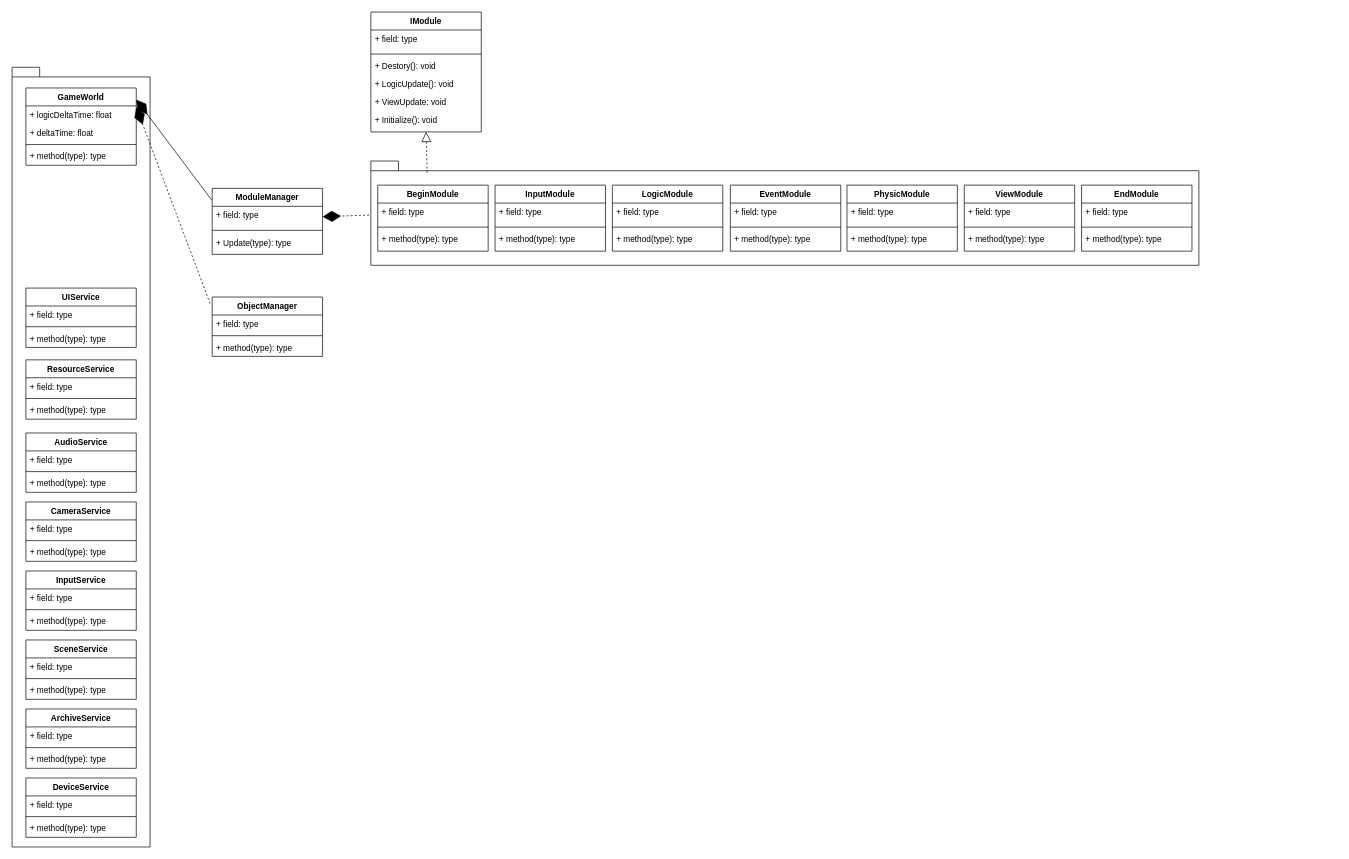
Before: Docs/设计.drawio in PxGame/ActionGameTemplate, a draw.io diagram. Source tidied: cells renumbered, new cells numbered last; positions are measured from the earlier drawing's top-left corner, leaving out a move shared by most shapes. Both pictures are drawn from the tidied source at 69%, with x=0, y=0 at pixel (12, 12).
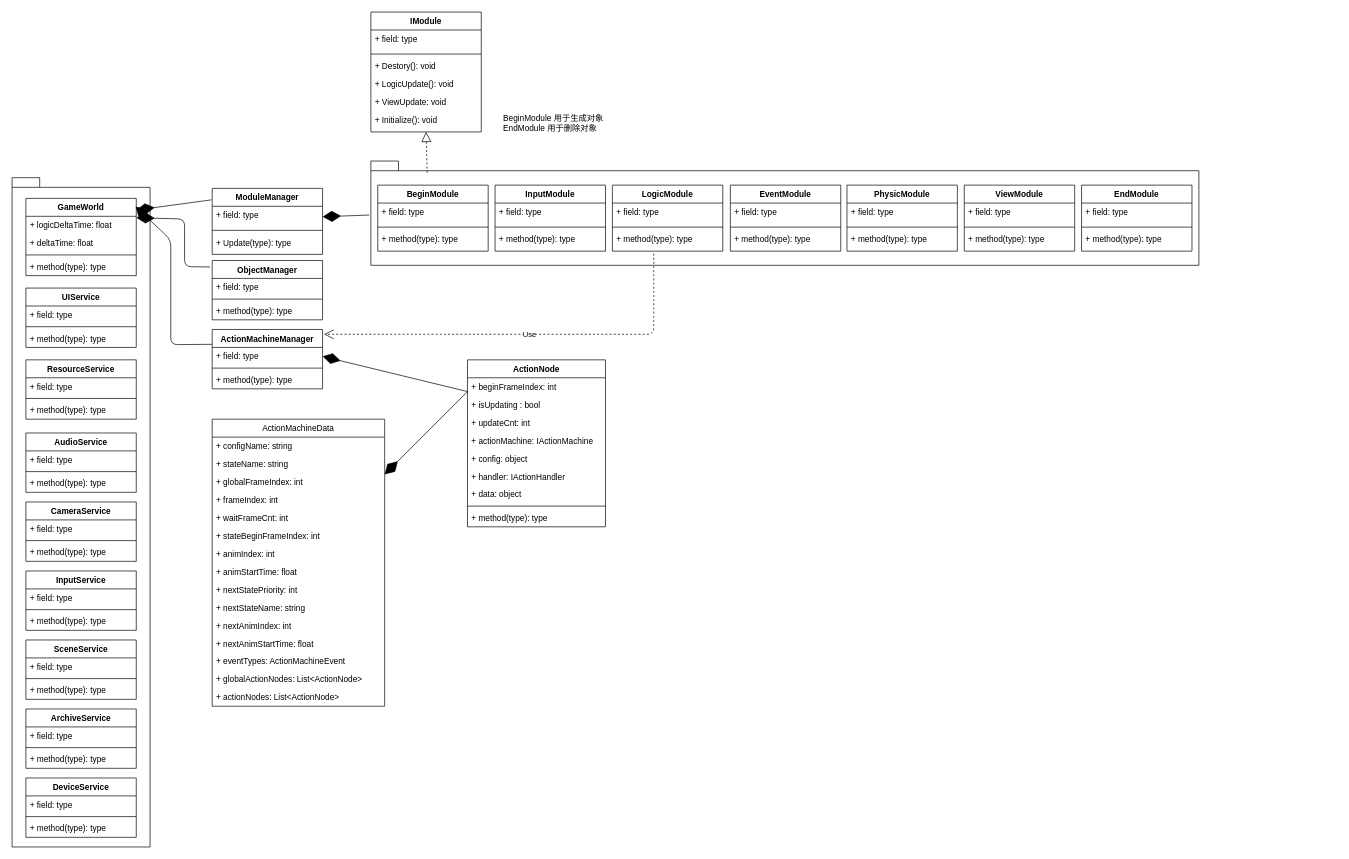
Above is the later version.

The change refers to these unchanged cells:
```xml
<mxCell id="43" value="+ field: type" style="text;strokeColor=none;fillColor=none;align=left;verticalAlign=top;spacingLeft=4;spacingRight=4;overflow=hidden;points=[[0,0.5],[1,0.5]];portConstraint=eastwest;" parent="42" vertex="1">
  <mxGeometry y="26" width="160" height="30.2" as="geometry" />
</mxCell>
<mxCell id="47" style="shape=folder;fontStyle=1;spacingTop=10;tabWidth=40;tabHeight=14;tabPosition=left;html=1;" parent="46" vertex="1">
  <mxGeometry y="135.9" width="1200" height="151.1" as="geometry" />
</mxCell>
<mxCell id="48" value="LogicModule" style="swimlane;fontStyle=1;align=center;verticalAlign=top;horizontal=1;startSize=26;" parent="46" vertex="1">
  <mxGeometry x="350" y="170.8" width="160" height="95.7" as="geometry" />
</mxCell>
```

Diff of the diagram source:
```diff
@@
     <mxCell id="2" style="shape=folder;fontStyle=1;spacingTop=10;tabWidth=40;tabHeight=14;tabPosition=left;html=1;" parent="1" vertex="1">
-      <mxGeometry y="80" width="200" height="1130" as="geometry" />
+      <mxGeometry y="240" width="200" height="970" as="geometry" />
     </mxCell>
     <mxCell id="3" value="GameWorld" style="swimlane;fontStyle=1;align=center;verticalAlign=top;horizontal=1;startSize=26;" parent="1" vertex="1">
-      <mxGeometry x="20" y="110" width="160" height="112" as="geometry" />
+      <mxGeometry x="20" y="270" width="160" height="112" as="geometry" />
     </mxCell>
@@
+    <mxCell id="77" value="ObjectManager" style="swimlane;fontStyle=1;align=center;verticalAlign=top;horizontal=1;startSize=26;" parent="1" vertex="1">
+      <mxGeometry x="290" y="360" width="160" height="86" as="geometry" />
+    </mxCell>
+    <mxCell id="78" value="+ field: type" style="text;strokeColor=none;fillColor=none;align=left;verticalAlign=top;spacingLeft=4;spacingRight=4;overflow=hidden;" parent="77" vertex="1">
+      <mxGeometry y="26" width="160" height="26" as="geometry" />
+    </mxCell>
+    <mxCell id="79" style="line;strokeWidth=1;fillColor=none;align=left;verticalAlign=middle;spacingTop=-1;spacingLeft=3;spacingRight=3;labelPosition=right;" parent="77" vertex="1">
+      <mxGeometry y="52" width="160" height="8" as="geometry" />
+    </mxCell>
+    <mxCell id="80" value="+ method(type): type" style="text;strokeColor=none;fillColor=none;align=left;verticalAlign=top;spacingLeft=4;spacingRight=4;overflow=hidden;" parent="77" vertex="1">
+      <mxGeometry y="60" width="160" height="26" as="geometry" />
+    </mxCell>
+    <mxCell id="81" style="endArrow=diamondThin;endFill=1;endSize=24;html=1;exitX=-0.019;exitY=0.109;exitDx=0;exitDy=0;exitPerimeter=0;entryX=1;entryY=0.25;entryDx=0;entryDy=0;" parent="1" edge="1" source="77" target="3">
+      <mxGeometry relative="1" as="geometry">
+        <Array as="points">
+          <mxPoint x="250" y="369" />
+          <mxPoint x="250" y="300" />
+        </Array>
+      </mxGeometry>
+    </mxCell>
+    <mxCell id="90" style="group;" parent="1" vertex="1">
+      <mxGeometry x="290" width="1630" height="367" as="geometry" />
+    </mxCell>
-    <mxCell id="41" style="group;" parent="1" vertex="1">
-      <mxGeometry x="290" y="80" width="1430" height="287" as="geometry" />
+    <mxCell id="41" style="group;" parent="90" vertex="1">
+      <mxGeometry y="80" width="1630" height="287" as="geometry" />
     </mxCell>
@@
     <mxCell id="46" style="group;" parent="41" vertex="1">
-      <mxGeometry x="230" width="1200" height="287" as="geometry" />
+      <mxGeometry x="230" width="1400" height="287" as="geometry" />
     </mxCell>
@@
+    <mxCell id="91" value="Use" style="endArrow=open;endSize=12;dashed=1;html=1;entryX=1.013;entryY=0.081;entryDx=0;entryDy=0;entryPerimeter=0;" parent="48" edge="1" target="93">
+      <mxGeometry relative="1" as="geometry">
+        <mxPoint x="60" y="99.2" as="sourcePoint" />
+        <Array as="points">
+          <mxPoint x="60" y="216.2" />
+        </Array>
+      </mxGeometry>
+    </mxCell>
@@
+    <mxCell id="92" value="BeginModule 用于生成对象&lt;br&gt;EndModule 用于删除对象" style="text;html=1;strokeColor=none;fillColor=none;align=left;verticalAlign=middle;whiteSpace=wrap;rounded=0;" parent="46" vertex="1">
+      <mxGeometry x="190" y="50" width="270" height="61" as="geometry" />
+    </mxCell>
-    <mxCell id="76" style="endArrow=diamondThin;endFill=1;endSize=24;html=1;dashed=1;exitX=-0.002;exitY=0.518;exitDx=0;exitDy=0;exitPerimeter=0;entryX=1;entryY=0.5;entryDx=0;entryDy=0;" parent="41" edge="1" source="47" target="43">
+    <mxCell id="76" style="endArrow=diamondThin;endFill=1;endSize=24;html=1;exitX=-0.002;exitY=0.518;exitDx=0;exitDy=0;exitPerimeter=0;entryX=1;entryY=0.5;entryDx=0;entryDy=0;" parent="41" edge="1" source="47" target="43">
       <mxGeometry relative="1" as="geometry" />
     </mxCell>
-    <mxCell id="77" value="ObjectManager" style="swimlane;fontStyle=1;align=center;verticalAlign=top;horizontal=1;startSize=26;" parent="1" vertex="1">
-      <mxGeometry x="290" y="413" width="160" height="86" as="geometry" />
-    </mxCell>
-    <mxCell id="78" value="+ field: type" style="text;strokeColor=none;fillColor=none;align=left;verticalAlign=top;spacingLeft=4;spacingRight=4;overflow=hidden;" parent="77" vertex="1">
-      <mxGeometry y="26" width="160" height="26" as="geometry" />
-    </mxCell>
-    <mxCell id="79" style="line;strokeWidth=1;fillColor=none;align=left;verticalAlign=middle;spacingTop=-1;spacingLeft=3;spacingRight=3;labelPosition=right;" parent="77" vertex="1">
-      <mxGeometry y="52" width="160" height="8" as="geometry" />
-    </mxCell>
-    <mxCell id="80" value="+ method(type): type" style="text;strokeColor=none;fillColor=none;align=left;verticalAlign=top;spacingLeft=4;spacingRight=4;overflow=hidden;" parent="77" vertex="1">
-      <mxGeometry y="60" width="160" height="26" as="geometry" />
-    </mxCell>
-    <mxCell id="81" style="endArrow=diamondThin;endFill=1;endSize=24;html=1;dashed=1;exitX=-0.019;exitY=0.109;exitDx=0;exitDy=0;exitPerimeter=0;entryX=1;entryY=0.25;entryDx=0;entryDy=0;" parent="1" edge="1" source="77" target="3">
-      <mxGeometry relative="1" as="geometry" />
-    </mxCell>
-    <mxCell id="82" value="IModule" style="swimlane;fontStyle=1;align=center;verticalAlign=top;horizontal=1;startSize=26;" parent="1" vertex="1">
-      <mxGeometry x="520" width="160" height="173.7" as="geometry" />
+    <mxCell id="82" value="IModule" style="swimlane;fontStyle=1;align=center;verticalAlign=top;horizontal=1;startSize=26;" parent="90" vertex="1">
+      <mxGeometry x="230" width="160" height="173.7" as="geometry" />
     </mxCell>
@@
-    <mxCell id="89" style="endArrow=block;dashed=1;endFill=0;endSize=12;html=1;entryX=0.5;entryY=1;entryDx=0;entryDy=0;exitX=0.068;exitY=0.112;exitDx=0;exitDy=0;exitPerimeter=0;" parent="1" edge="1" source="47" target="82">
+    <mxCell id="89" style="endArrow=block;dashed=1;endFill=0;endSize=12;html=1;entryX=0.5;entryY=1;entryDx=0;entryDy=0;exitX=0.068;exitY=0.112;exitDx=0;exitDy=0;exitPerimeter=0;" parent="90" edge="1" source="47" target="82">
       <mxGeometry relative="1" as="geometry" />
     </mxCell>
+    <mxCell id="93" value="ActionMachineManager" style="swimlane;fontStyle=1;align=center;verticalAlign=top;horizontal=1;startSize=26;" parent="1" vertex="1">
+      <mxGeometry x="290" y="460" width="160" height="86" as="geometry" />
+    </mxCell>
+    <mxCell id="94" value="+ field: type" style="text;strokeColor=none;fillColor=none;align=left;verticalAlign=top;spacingLeft=4;spacingRight=4;overflow=hidden;points=[[0,0.5],[1,0.5]];portConstraint=eastwest;" parent="93" vertex="1">
+      <mxGeometry y="26" width="160" height="26" as="geometry" />
+    </mxCell>
+    <mxCell id="95" style="line;strokeWidth=1;fillColor=none;align=left;verticalAlign=middle;spacingTop=-1;spacingLeft=3;spacingRight=3;labelPosition=right;" parent="93" vertex="1">
+      <mxGeometry y="52" width="160" height="8" as="geometry" />
+    </mxCell>
+    <mxCell id="96" value="+ method(type): type" style="text;strokeColor=none;fillColor=none;align=left;verticalAlign=top;spacingLeft=4;spacingRight=4;overflow=hidden;" parent="93" vertex="1">
+      <mxGeometry y="60" width="160" height="26" as="geometry" />
+    </mxCell>
+    <mxCell id="97" style="endArrow=diamondThin;endFill=1;endSize=24;html=1;entryX=0.994;entryY=0.107;entryDx=0;entryDy=0;entryPerimeter=0;exitX=0;exitY=0.25;exitDx=0;exitDy=0;" parent="1" edge="1" source="93" target="3">
+      <mxGeometry relative="1" as="geometry">
+        <Array as="points">
+          <mxPoint x="230" y="482" />
+          <mxPoint x="230" y="330" />
+        </Array>
+      </mxGeometry>
+    </mxCell>
+    <mxCell id="98" value="ActionNode" style="swimlane;fontStyle=1;align=center;verticalAlign=top;horizontal=1;startSize=26;" parent="1" vertex="1">
+      <mxGeometry x="660" y="504" width="200" height="242" as="geometry" />
+    </mxCell>
+    <mxCell id="99" value="+ beginFrameIndex: int" style="text;strokeColor=none;fillColor=none;align=left;verticalAlign=top;spacingLeft=4;spacingRight=4;overflow=hidden;" parent="98" vertex="1">
+      <mxGeometry y="26" width="200" height="26" as="geometry" />
+    </mxCell>
+    <mxCell id="100" style="endArrow=diamondThin;endFill=1;endSize=24;html=1;entryX=1;entryY=0.5;entryDx=0;entryDy=0;" parent="98" edge="1" target="94">
+      <mxGeometry relative="1" as="geometry">
+        <mxPoint y="46" as="sourcePoint" />
+      </mxGeometry>
+    </mxCell>
+    <mxCell id="101" value="+ isUpdating : bool" style="text;strokeColor=none;fillColor=none;align=left;verticalAlign=top;spacingLeft=4;spacingRight=4;overflow=hidden;" parent="98" vertex="1">
+      <mxGeometry y="52" width="200" height="26" as="geometry" />
+    </mxCell>
+    <mxCell id="102" value="+ updateCnt: int" style="text;strokeColor=none;fillColor=none;align=left;verticalAlign=top;spacingLeft=4;spacingRight=4;overflow=hidden;" parent="98" vertex="1">
+      <mxGeometry y="78" width="200" height="26" as="geometry" />
+    </mxCell>
+    <mxCell id="103" value="+ actionMachine: IActionMachine" style="text;strokeColor=none;fillColor=none;align=left;verticalAlign=top;spacingLeft=4;spacingRight=4;overflow=hidden;" parent="98" vertex="1">
+      <mxGeometry y="104" width="200" height="26" as="geometry" />
+    </mxCell>
+    <mxCell id="104" value="+ config: object" style="text;strokeColor=none;fillColor=none;align=left;verticalAlign=top;spacingLeft=4;spacingRight=4;overflow=hidden;" parent="98" vertex="1">
+      <mxGeometry y="130" width="200" height="26" as="geometry" />
+    </mxCell>
+    <mxCell id="105" value="+ handler: IActionHandler" style="text;strokeColor=none;fillColor=none;align=left;verticalAlign=top;spacingLeft=4;spacingRight=4;overflow=hidden;" parent="98" vertex="1">
+      <mxGeometry y="156" width="200" height="26" as="geometry" />
+    </mxCell>
+    <mxCell id="106" value="+ data: object" style="text;strokeColor=none;fillColor=none;align=left;verticalAlign=top;spacingLeft=4;spacingRight=4;overflow=hidden;" parent="98" vertex="1">
+      <mxGeometry y="182" width="200" height="26" as="geometry" />
+    </mxCell>
+    <mxCell id="107" style="line;strokeWidth=1;fillColor=none;align=left;verticalAlign=middle;spacingTop=-1;spacingLeft=3;spacingRight=3;labelPosition=right;" parent="98" vertex="1">
+      <mxGeometry y="208" width="200" height="8" as="geometry" />
+    </mxCell>
+    <mxCell id="108" value="+ method(type): type" style="text;strokeColor=none;fillColor=none;align=left;verticalAlign=top;spacingLeft=4;spacingRight=4;overflow=hidden;" parent="98" vertex="1">
+      <mxGeometry y="216" width="200" height="26" as="geometry" />
+    </mxCell>
+    <mxCell id="109" value="ActionMachineData" style="swimlane;fontStyle=0;horizontal=1;startSize=26;fillColor=none;" parent="1" vertex="1">
+      <mxGeometry x="290" y="590" width="250" height="416" as="geometry" />
+    </mxCell>
+    <mxCell id="110" value="+ configName: string" style="text;strokeColor=none;fillColor=none;align=left;verticalAlign=top;spacingLeft=4;spacingRight=4;overflow=hidden;" parent="109" vertex="1">
+      <mxGeometry y="26" width="250" height="26" as="geometry" />
+    </mxCell>
+    <mxCell id="111" value="+ stateName: string" style="text;strokeColor=none;fillColor=none;align=left;verticalAlign=top;spacingLeft=4;spacingRight=4;overflow=hidden;" parent="109" vertex="1">
+      <mxGeometry y="52" width="250" height="26" as="geometry" />
+    </mxCell>
+    <mxCell id="112" value="+ globalFrameIndex: int" style="text;strokeColor=none;fillColor=none;align=left;verticalAlign=top;spacingLeft=4;spacingRight=4;overflow=hidden;" parent="109" vertex="1">
+      <mxGeometry y="78" width="250" height="26" as="geometry" />
+    </mxCell>
+    <mxCell id="113" value="+ frameIndex: int" style="text;strokeColor=none;fillColor=none;align=left;verticalAlign=top;spacingLeft=4;spacingRight=4;overflow=hidden;" parent="109" vertex="1">
+      <mxGeometry y="104" width="250" height="26" as="geometry" />
+    </mxCell>
+    <mxCell id="114" value="+ waitFrameCnt: int" style="text;strokeColor=none;fillColor=none;align=left;verticalAlign=top;spacingLeft=4;spacingRight=4;overflow=hidden;" parent="109" vertex="1">
+      <mxGeometry y="130" width="250" height="26" as="geometry" />
+    </mxCell>
+    <mxCell id="115" value="+ stateBeginFrameIndex: int" style="text;strokeColor=none;fillColor=none;align=left;verticalAlign=top;spacingLeft=4;spacingRight=4;overflow=hidden;" parent="109" vertex="1">
+      <mxGeometry y="156" width="250" height="26" as="geometry" />
+    </mxCell>
+    <mxCell id="116" value="+ animIndex: int" style="text;strokeColor=none;fillColor=none;align=left;verticalAlign=top;spacingLeft=4;spacingRight=4;overflow=hidden;" parent="109" vertex="1">
+      <mxGeometry y="182" width="250" height="26" as="geometry" />
+    </mxCell>
+    <mxCell id="117" value="+ animStartTime: float" style="text;strokeColor=none;fillColor=none;align=left;verticalAlign=top;spacingLeft=4;spacingRight=4;overflow=hidden;" parent="109" vertex="1">
+      <mxGeometry y="208" width="250" height="26" as="geometry" />
+    </mxCell>
+    <mxCell id="118" value="+ nextStatePriority: int" style="text;strokeColor=none;fillColor=none;align=left;verticalAlign=top;spacingLeft=4;spacingRight=4;overflow=hidden;" parent="109" vertex="1">
+      <mxGeometry y="234" width="250" height="26" as="geometry" />
+    </mxCell>
+    <mxCell id="119" value="+ nextStateName: string" style="text;strokeColor=none;fillColor=none;align=left;verticalAlign=top;spacingLeft=4;spacingRight=4;overflow=hidden;" parent="109" vertex="1">
+      <mxGeometry y="260" width="250" height="26" as="geometry" />
+    </mxCell>
+    <mxCell id="120" value="+ nextAnimIndex: int" style="text;strokeColor=none;fillColor=none;align=left;verticalAlign=top;spacingLeft=4;spacingRight=4;overflow=hidden;" parent="109" vertex="1">
+      <mxGeometry y="286" width="250" height="26" as="geometry" />
+    </mxCell>
+    <mxCell id="121" value="+ nextAnimStartTime: float" style="text;strokeColor=none;fillColor=none;align=left;verticalAlign=top;spacingLeft=4;spacingRight=4;overflow=hidden;" parent="109" vertex="1">
+      <mxGeometry y="312" width="250" height="26" as="geometry" />
+    </mxCell>
+    <mxCell id="122" value="+ eventTypes: ActionMachineEvent" style="text;strokeColor=none;fillColor=none;align=left;verticalAlign=top;spacingLeft=4;spacingRight=4;overflow=hidden;" parent="109" vertex="1">
+      <mxGeometry y="338" width="250" height="26" as="geometry" />
+    </mxCell>
+    <mxCell id="123" value="+ globalActionNodes: List&lt;ActionNode&gt;" style="text;strokeColor=none;fillColor=none;align=left;verticalAlign=top;spacingLeft=4;spacingRight=4;overflow=hidden;" parent="109" vertex="1">
+      <mxGeometry y="364" width="250" height="26" as="geometry" />
+    </mxCell>
+    <mxCell id="124" value="+ actionNodes: List&lt;ActionNode&gt;" style="text;strokeColor=none;fillColor=none;align=left;verticalAlign=top;spacingLeft=4;spacingRight=4;overflow=hidden;" parent="109" vertex="1">
+      <mxGeometry y="390" width="250" height="26" as="geometry" />
+    </mxCell>
+    <mxCell id="125" style="endArrow=diamondThin;endFill=1;endSize=24;html=1;entryX=1;entryY=0.5;entryDx=0;entryDy=0;" parent="1" edge="1">
+      <mxGeometry relative="1" as="geometry">
+        <mxPoint x="660" y="550" as="sourcePoint" />
+        <mxPoint x="540" y="670" as="targetPoint" />
+      </mxGeometry>
+    </mxCell>
```
